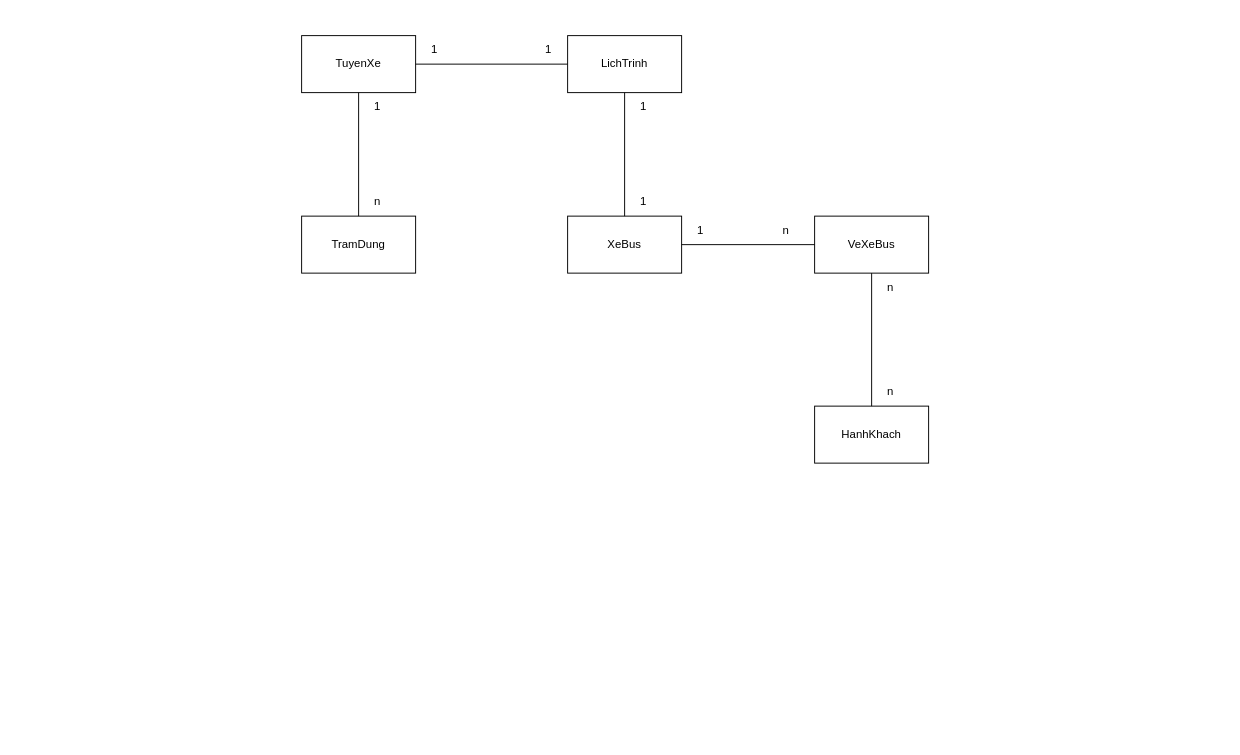
Before: Biểu đồ không có tiêu đề.drawio in Duongvu852003/Duongvu852003, a draw.io diagram. Source tidied: cells renumbered, new cells numbered last; positions are measured from the earlier drawing's top-left corner, leaving out a move shared by most shapes. Both pictures are drawn from the tidied source at 95%, with x=0, y=0 at pixel (301, 35).
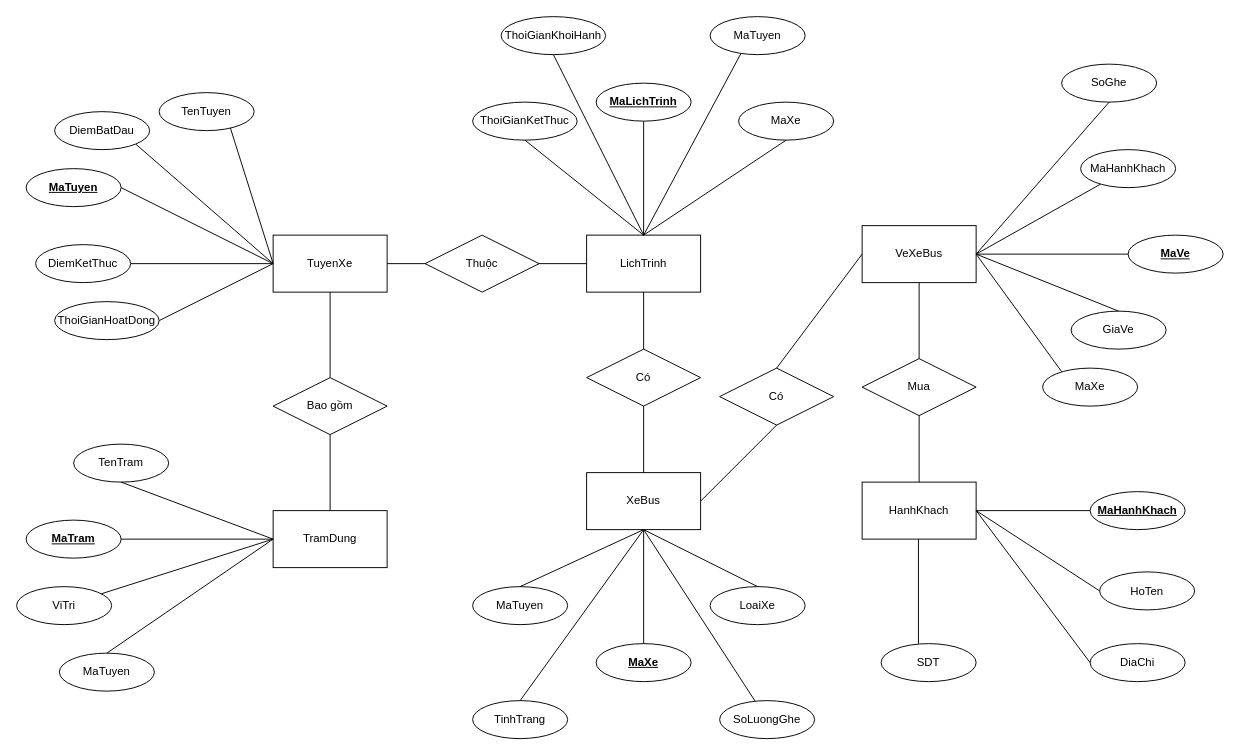
The same page after the edit.

Commit message:
Cập nhật Biểu đồ không có tiêu đề.drawio

The edit, as a diff of the source:
```diff
@@
     <mxCell id="2" value="TuyenXe" style="rounded=0;whiteSpace=wrap;html=1;" parent="1" vertex="1">
-      <mxGeometry width="120" height="60" as="geometry" />
+      <mxGeometry x="-30" y="210" width="120" height="60" as="geometry" />
     </mxCell>
     <mxCell id="3" value="XeBus" style="rounded=0;whiteSpace=wrap;html=1;" parent="1" vertex="1">
-      <mxGeometry x="280" y="190" width="120" height="60" as="geometry" />
+      <mxGeometry x="300" y="460" width="120" height="60" as="geometry" />
     </mxCell>
     <mxCell id="4" value="VeXeBus" style="rounded=0;whiteSpace=wrap;html=1;" parent="1" vertex="1">
-      <mxGeometry x="540" y="190" width="120" height="60" as="geometry" />
+      <mxGeometry x="590" y="200" width="120" height="60" as="geometry" />
     </mxCell>
     <mxCell id="5" value="HanhKhach" style="rounded=0;whiteSpace=wrap;html=1;" parent="1" vertex="1">
-      <mxGeometry x="540" y="390" width="120" height="60" as="geometry" />
+      <mxGeometry x="590" y="470" width="120" height="60" as="geometry" />
     </mxCell>
     <mxCell id="6" value="TramDung" style="rounded=0;whiteSpace=wrap;html=1;" parent="1" vertex="1">
-      <mxGeometry y="190" width="120" height="60" as="geometry" />
+      <mxGeometry x="-30" y="500" width="120" height="60" as="geometry" />
     </mxCell>
     <mxCell id="7" value="LichTrinh" style="rounded=0;whiteSpace=wrap;html=1;" parent="1" vertex="1">
-      <mxGeometry x="280" width="120" height="60" as="geometry" />
+      <mxGeometry x="300" y="210" width="120" height="60" as="geometry" />
     </mxCell>
@@
-    <mxCell id="10" style="endArrow=none;html=1;rounded=0;entryX=0.5;entryY=1;entryDx=0;entryDy=0;exitX=0.5;exitY=0;exitDx=0;exitDy=0;" parent="1" edge="1" source="6" target="2">
+    <mxCell id="10" style="endArrow=none;html=1;rounded=0;entryX=0.5;entryY=1;entryDx=0;entryDy=0;exitX=0.5;exitY=0;exitDx=0;exitDy=0;" parent="1" edge="1" source="77" target="2">
       <mxGeometry relative="1" as="geometry" />
     </mxCell>
@@
     <mxCell id="12" style="endArrow=none;html=1;rounded=0;exitX=0;exitY=0.5;exitDx=0;exitDy=0;entryX=1;entryY=0.5;entryDx=0;entryDy=0;" parent="1" edge="1" source="4" target="3">
-      <mxGeometry relative="1" as="geometry" />
+      <mxGeometry relative="1" as="geometry">
+        <Array as="points">
+          <mxPoint x="500" y="350" />
+          <mxPoint x="500" y="410" />
+        </Array>
+      </mxGeometry>
     </mxCell>
-    <mxCell id="13" value="1" style="text;html=1;strokeColor=none;fillColor=none;align=center;verticalAlign=middle;whiteSpace=wrap;rounded=0;" parent="1" vertex="1">
-      <mxGeometry x="330" y="160" width="60" height="30" as="geometry" />
-    </mxCell>
-    <mxCell id="14" value="1" style="text;html=1;strokeColor=none;fillColor=none;align=center;verticalAlign=middle;whiteSpace=wrap;rounded=0;" parent="1" vertex="1">
-      <mxGeometry x="330" y="60" width="60" height="30" as="geometry" />
-    </mxCell>
-    <mxCell id="15" value="n" style="text;html=1;strokeColor=none;fillColor=none;align=center;verticalAlign=middle;whiteSpace=wrap;rounded=0;" parent="1" vertex="1">
-      <mxGeometry x="50" y="160" width="60" height="30" as="geometry" />
-    </mxCell>
-    <mxCell id="16" value="1" style="text;html=1;strokeColor=none;fillColor=none;align=center;verticalAlign=middle;whiteSpace=wrap;rounded=0;" parent="1" vertex="1">
-      <mxGeometry x="50" y="60" width="60" height="30" as="geometry" />
-    </mxCell>
-    <mxCell id="17" value="n" style="text;html=1;strokeColor=none;fillColor=none;align=center;verticalAlign=middle;whiteSpace=wrap;rounded=0;" parent="1" vertex="1">
-      <mxGeometry x="590" y="360" width="60" height="30" as="geometry" />
-    </mxCell>
-    <mxCell id="18" value="n" style="text;html=1;strokeColor=none;fillColor=none;align=center;verticalAlign=middle;whiteSpace=wrap;rounded=0;" parent="1" vertex="1">
-      <mxGeometry x="590" y="250" width="60" height="30" as="geometry" />
-    </mxCell>
-    <mxCell id="19" value="n" style="text;html=1;strokeColor=none;fillColor=none;align=center;verticalAlign=middle;whiteSpace=wrap;rounded=0;" parent="1" vertex="1">
-      <mxGeometry x="480" y="190" width="60" height="30" as="geometry" />
-    </mxCell>
-    <mxCell id="20" value="1" style="text;html=1;strokeColor=none;fillColor=none;align=center;verticalAlign=middle;whiteSpace=wrap;rounded=0;" parent="1" vertex="1">
-      <mxGeometry x="390" y="190" width="60" height="30" as="geometry" />
-    </mxCell>
-    <mxCell id="21" value="1" style="text;html=1;strokeColor=none;fillColor=none;align=center;verticalAlign=middle;whiteSpace=wrap;rounded=0;" parent="1" vertex="1">
-      <mxGeometry x="110" width="60" height="30" as="geometry" />
-    </mxCell>
-    <mxCell id="22" value="1" style="text;html=1;strokeColor=none;fillColor=none;align=center;verticalAlign=middle;whiteSpace=wrap;rounded=0;" parent="1" vertex="1">
-      <mxGeometry x="230" width="60" height="30" as="geometry" />
-    </mxCell>
+    <mxCell id="23" style="endArrow=none;html=1;rounded=0;exitX=1;exitY=0.5;exitDx=0;exitDy=0;entryX=0;entryY=0.5;entryDx=0;entryDy=0;" parent="1" edge="1" source="32" target="2">
+      <mxGeometry relative="1" as="geometry" />
+    </mxCell>
+    <mxCell id="24" style="endArrow=none;html=1;rounded=0;entryX=0;entryY=0.5;entryDx=0;entryDy=0;exitX=1;exitY=0.5;exitDx=0;exitDy=0;" parent="1" edge="1" source="31" target="2">
+      <mxGeometry relative="1" as="geometry" />
+    </mxCell>
+    <mxCell id="25" style="endArrow=none;html=1;rounded=0;exitX=0;exitY=0.5;exitDx=0;exitDy=0;entryX=1;entryY=1;entryDx=0;entryDy=0;" parent="1" edge="1" source="2" target="30">
+      <mxGeometry relative="1" as="geometry" />
+    </mxCell>
+    <mxCell id="26" style="endArrow=none;html=1;rounded=0;exitX=0;exitY=0.5;exitDx=0;exitDy=0;entryX=0.75;entryY=0.93;entryDx=0;entryDy=0;entryPerimeter=0;" parent="1" edge="1" source="2" target="29">
+      <mxGeometry relative="1" as="geometry" />
+    </mxCell>
+    <mxCell id="27" style="endArrow=none;html=1;rounded=0;entryX=1;entryY=0.5;entryDx=0;entryDy=0;" parent="1" edge="1" target="28">
+      <mxGeometry relative="1" as="geometry">
+        <mxPoint x="-30" y="240" as="sourcePoint" />
+      </mxGeometry>
+    </mxCell>
+    <mxCell id="28" value="&lt;b&gt;MaTuyen&lt;/b&gt;" style="ellipse;whiteSpace=wrap;html=1;align=center;fontStyle=4;" parent="1" vertex="1">
+      <mxGeometry x="-290" y="140" width="100" height="40" as="geometry" />
+    </mxCell>
+    <mxCell id="29" value="TenTuyen" style="ellipse;whiteSpace=wrap;html=1;align=center;" parent="1" vertex="1">
+      <mxGeometry x="-150" y="60" width="100" height="40" as="geometry" />
+    </mxCell>
+    <mxCell id="30" value="DiemBatDau" style="ellipse;whiteSpace=wrap;html=1;align=center;" parent="1" vertex="1">
+      <mxGeometry x="-260" y="80" width="100" height="40" as="geometry" />
+    </mxCell>
+    <mxCell id="31" value="DiemKetThuc" style="ellipse;whiteSpace=wrap;html=1;align=center;" parent="1" vertex="1">
+      <mxGeometry x="-280" y="220" width="100" height="40" as="geometry" />
+    </mxCell>
+    <mxCell id="32" value="ThoiGianHoatDong" style="ellipse;whiteSpace=wrap;html=1;align=center;" parent="1" vertex="1">
+      <mxGeometry x="-260" y="280" width="110" height="40" as="geometry" />
+    </mxCell>
+    <mxCell id="33" value="ThoiGianKhoiHanh" style="ellipse;whiteSpace=wrap;html=1;align=center;" parent="1" vertex="1">
+      <mxGeometry x="210" y="-20" width="110" height="40" as="geometry" />
+    </mxCell>
+    <mxCell id="34" value="MaXe" style="ellipse;whiteSpace=wrap;html=1;align=center;" parent="1" vertex="1">
+      <mxGeometry x="460" y="70" width="100" height="40" as="geometry" />
+    </mxCell>
+    <mxCell id="35" value="MaTuyen" style="ellipse;whiteSpace=wrap;html=1;align=center;" parent="1" vertex="1">
+      <mxGeometry x="430" y="-20" width="100" height="40" as="geometry" />
+    </mxCell>
+    <mxCell id="36" value="ThoiGianKetThuc" style="ellipse;whiteSpace=wrap;html=1;align=center;" parent="1" vertex="1">
+      <mxGeometry x="180" y="70" width="110" height="40" as="geometry" />
+    </mxCell>
+    <mxCell id="37" style="endArrow=none;html=1;rounded=0;exitX=0.5;exitY=1;exitDx=0;exitDy=0;entryX=0.5;entryY=0;entryDx=0;entryDy=0;" parent="1" edge="1" source="36" target="7">
+      <mxGeometry relative="1" as="geometry" />
+    </mxCell>
+    <mxCell id="38" style="endArrow=none;html=1;rounded=0;exitX=0.5;exitY=1;exitDx=0;exitDy=0;entryX=0.5;entryY=0;entryDx=0;entryDy=0;" parent="1" edge="1" target="7">
+      <mxGeometry relative="1" as="geometry">
+        <mxPoint x="360" y="90" as="sourcePoint" />
+      </mxGeometry>
+    </mxCell>
+    <mxCell id="39" style="endArrow=none;html=1;rounded=0;exitX=0.5;exitY=1;exitDx=0;exitDy=0;" parent="1" edge="1" source="34">
+      <mxGeometry relative="1" as="geometry">
+        <mxPoint x="360" y="210" as="targetPoint" />
+      </mxGeometry>
+    </mxCell>
+    <mxCell id="40" style="endArrow=none;html=1;rounded=0;entryX=0.322;entryY=0.98;entryDx=0;entryDy=0;entryPerimeter=0;" parent="1" edge="1" target="35">
+      <mxGeometry relative="1" as="geometry">
+        <mxPoint x="360" y="210" as="sourcePoint" />
+      </mxGeometry>
+    </mxCell>
+    <mxCell id="41" style="endArrow=none;html=1;rounded=0;entryX=0.5;entryY=0;entryDx=0;entryDy=0;exitX=0.5;exitY=1;exitDx=0;exitDy=0;" parent="1" edge="1" source="33" target="7">
+      <mxGeometry relative="1" as="geometry" />
+    </mxCell>
+    <mxCell id="42" value="&lt;b&gt;MaLichTrinh&lt;/b&gt;" style="ellipse;whiteSpace=wrap;html=1;align=center;fontStyle=4;" parent="1" vertex="1">
+      <mxGeometry x="310" y="50" width="100" height="40" as="geometry" />
+    </mxCell>
+    <mxCell id="43" value="&lt;b&gt;MaTram&lt;/b&gt;" style="ellipse;whiteSpace=wrap;html=1;align=center;fontStyle=4;" parent="1" vertex="1">
+      <mxGeometry x="-290" y="510" width="100" height="40" as="geometry" />
+    </mxCell>
+    <mxCell id="44" value="TenTram" style="ellipse;whiteSpace=wrap;html=1;align=center;" parent="1" vertex="1">
+      <mxGeometry x="-240" y="430" width="100" height="40" as="geometry" />
+    </mxCell>
+    <mxCell id="45" value="MaTuyen" style="ellipse;whiteSpace=wrap;html=1;align=center;" parent="1" vertex="1">
+      <mxGeometry x="-255" y="650" width="100" height="40" as="geometry" />
+    </mxCell>
+    <mxCell id="46" style="endArrow=none;html=1;rounded=0;exitX=0;exitY=0.5;exitDx=0;exitDy=0;entryX=0.5;entryY=1;entryDx=0;entryDy=0;" parent="1" edge="1" source="6" target="44">
+      <mxGeometry relative="1" as="geometry" />
+    </mxCell>
+    <mxCell id="47" style="endArrow=none;html=1;rounded=0;entryX=1;entryY=0.5;entryDx=0;entryDy=0;exitX=0;exitY=0.5;exitDx=0;exitDy=0;" parent="1" edge="1" source="6" target="43">
+      <mxGeometry relative="1" as="geometry">
+        <Array as="points">
+          <mxPoint x="-30" y="530" />
+        </Array>
+      </mxGeometry>
+    </mxCell>
+    <mxCell id="48" value="&lt;b&gt;MaXe&lt;/b&gt;" style="ellipse;whiteSpace=wrap;html=1;align=center;fontStyle=4;" parent="1" vertex="1">
+      <mxGeometry x="310" y="640" width="100" height="40" as="geometry" />
+    </mxCell>
+    <mxCell id="49" value="TinhTrang" style="ellipse;whiteSpace=wrap;html=1;align=center;" parent="1" vertex="1">
+      <mxGeometry x="180" y="700" width="100" height="40" as="geometry" />
+    </mxCell>
+    <mxCell id="50" value="LoaiXe" style="ellipse;whiteSpace=wrap;html=1;align=center;" parent="1" vertex="1">
+      <mxGeometry x="430" y="580" width="100" height="40" as="geometry" />
+    </mxCell>
+    <mxCell id="51" value="MaTuyen" style="ellipse;whiteSpace=wrap;html=1;align=center;" parent="1" vertex="1">
+      <mxGeometry x="180" y="580" width="100" height="40" as="geometry" />
+    </mxCell>
+    <mxCell id="52" value="SoLuongGhe" style="ellipse;whiteSpace=wrap;html=1;align=center;" parent="1" vertex="1">
+      <mxGeometry x="440" y="700" width="100" height="40" as="geometry" />
+    </mxCell>
+    <mxCell id="53" style="endArrow=none;html=1;rounded=0;exitX=0.5;exitY=1;exitDx=0;exitDy=0;entryX=0.5;entryY=0;entryDx=0;entryDy=0;" parent="1" edge="1" source="3" target="48">
+      <mxGeometry relative="1" as="geometry" />
+    </mxCell>
+    <mxCell id="54" style="endArrow=none;html=1;rounded=0;entryX=0.5;entryY=0;entryDx=0;entryDy=0;" parent="1" edge="1" target="51">
+      <mxGeometry relative="1" as="geometry">
+        <mxPoint x="360" y="520" as="sourcePoint" />
+      </mxGeometry>
+    </mxCell>
+    <mxCell id="55" style="endArrow=none;html=1;rounded=0;entryX=0.5;entryY=0;entryDx=0;entryDy=0;" parent="1" edge="1" target="50">
+      <mxGeometry relative="1" as="geometry">
+        <mxPoint x="360" y="520" as="sourcePoint" />
+      </mxGeometry>
+    </mxCell>
+    <mxCell id="56" style="endArrow=none;html=1;rounded=0;entryX=0.5;entryY=0;entryDx=0;entryDy=0;" parent="1" edge="1" target="49">
+      <mxGeometry relative="1" as="geometry">
+        <mxPoint x="360" y="520" as="sourcePoint" />
+      </mxGeometry>
+    </mxCell>
+    <mxCell id="57" style="endArrow=none;html=1;rounded=0;" parent="1" edge="1" target="52">
+      <mxGeometry relative="1" as="geometry">
+        <mxPoint x="360" y="520" as="sourcePoint" />
+      </mxGeometry>
+    </mxCell>
+    <mxCell id="58" value="MaHanhKhach" style="ellipse;whiteSpace=wrap;html=1;align=center;" parent="1" vertex="1">
+      <mxGeometry x="820" y="120" width="100" height="40" as="geometry" />
+    </mxCell>
+    <mxCell id="59" value="SoGhe" style="ellipse;whiteSpace=wrap;html=1;align=center;" parent="1" vertex="1">
+      <mxGeometry x="800" y="30" width="100" height="40" as="geometry" />
+    </mxCell>
+    <mxCell id="60" value="GiaVe" style="ellipse;whiteSpace=wrap;html=1;align=center;" parent="1" vertex="1">
+      <mxGeometry x="810" y="290" width="100" height="40" as="geometry" />
+    </mxCell>
+    <mxCell id="61" style="endArrow=none;html=1;rounded=0;exitX=1;exitY=0.5;exitDx=0;exitDy=0;entryX=0;entryY=0.5;entryDx=0;entryDy=0;" parent="1" edge="1" source="4" target="66">
+      <mxGeometry relative="1" as="geometry" />
+    </mxCell>
+    <mxCell id="62" style="endArrow=none;html=1;rounded=0;exitX=1;exitY=0.5;exitDx=0;exitDy=0;entryX=0.5;entryY=0;entryDx=0;entryDy=0;" parent="1" edge="1" source="4" target="60">
+      <mxGeometry relative="1" as="geometry" />
+    </mxCell>
+    <mxCell id="63" style="endArrow=none;html=1;rounded=0;entryX=0;entryY=0;entryDx=0;entryDy=0;" parent="1" edge="1">
+      <mxGeometry relative="1" as="geometry">
+        <mxPoint x="710" y="230" as="sourcePoint" />
+        <mxPoint x="801.6" y="355.9" as="targetPoint" />
+      </mxGeometry>
+    </mxCell>
+    <mxCell id="64" style="endArrow=none;html=1;rounded=0;" parent="1" edge="1" target="58">
+      <mxGeometry relative="1" as="geometry">
+        <mxPoint x="710" y="230" as="sourcePoint" />
+      </mxGeometry>
+    </mxCell>
+    <mxCell id="65" style="endArrow=none;html=1;rounded=0;entryX=0.5;entryY=1;entryDx=0;entryDy=0;" parent="1" edge="1" target="59">
+      <mxGeometry relative="1" as="geometry">
+        <mxPoint x="710" y="230" as="sourcePoint" />
+      </mxGeometry>
+    </mxCell>
+    <mxCell id="66" value="&lt;b&gt;MaVe&lt;/b&gt;" style="ellipse;whiteSpace=wrap;html=1;align=center;fontStyle=4;" parent="1" vertex="1">
+      <mxGeometry x="870" y="210" width="100" height="40" as="geometry" />
+    </mxCell>
+    <mxCell id="67" value="&lt;b&gt;MaHanhKhach&lt;/b&gt;" style="ellipse;whiteSpace=wrap;html=1;align=center;fontStyle=4;" parent="1" vertex="1">
+      <mxGeometry x="830" y="480" width="100" height="40" as="geometry" />
+    </mxCell>
+    <mxCell id="68" value="DiaChi" style="ellipse;whiteSpace=wrap;html=1;align=center;" parent="1" vertex="1">
+      <mxGeometry x="830" y="640" width="100" height="40" as="geometry" />
+    </mxCell>
+    <mxCell id="69" value="SDT" style="ellipse;whiteSpace=wrap;html=1;align=center;" parent="1" vertex="1">
+      <mxGeometry x="610" y="640" width="100" height="40" as="geometry" />
+    </mxCell>
+    <mxCell id="70" value="HoTen" style="ellipse;whiteSpace=wrap;html=1;align=center;" parent="1" vertex="1">
+      <mxGeometry x="840" y="564.5" width="100" height="40" as="geometry" />
+    </mxCell>
+    <mxCell id="71" style="endArrow=none;html=1;rounded=0;exitX=0.5;exitY=0;exitDx=0;exitDy=0;" parent="1" edge="1">
+      <mxGeometry relative="1" as="geometry">
+        <mxPoint x="649.3" y="640" as="sourcePoint" />
+        <mxPoint x="649.3" y="530" as="targetPoint" />
+      </mxGeometry>
+    </mxCell>
+    <mxCell id="72" style="endArrow=none;html=1;rounded=0;exitX=0;exitY=0.5;exitDx=0;exitDy=0;entryX=1;entryY=0.5;entryDx=0;entryDy=0;" parent="1" edge="1" source="67" target="5">
+      <mxGeometry relative="1" as="geometry" />
+    </mxCell>
+    <mxCell id="73" style="endArrow=none;html=1;rounded=0;exitX=0;exitY=0.5;exitDx=0;exitDy=0;" parent="1" edge="1" source="70">
+      <mxGeometry relative="1" as="geometry">
+        <mxPoint x="710" y="500" as="targetPoint" />
+      </mxGeometry>
+    </mxCell>
+    <mxCell id="74" style="endArrow=none;html=1;rounded=0;exitX=0;exitY=0.5;exitDx=0;exitDy=0;entryX=1;entryY=0.5;entryDx=0;entryDy=0;" parent="1" edge="1" source="68" target="5">
+      <mxGeometry relative="1" as="geometry" />
+    </mxCell>
+    <mxCell id="75" value="MaXe" style="ellipse;whiteSpace=wrap;html=1;align=center;" parent="1" vertex="1">
+      <mxGeometry x="780" y="350" width="100" height="40" as="geometry" />
+    </mxCell>
+    <mxCell id="76" style="endArrow=none;html=1;rounded=0;entryX=0.5;entryY=1;entryDx=0;entryDy=0;exitX=0.5;exitY=0;exitDx=0;exitDy=0;" parent="1" edge="1" source="6" target="77">
+      <mxGeometry relative="1" as="geometry" />
+    </mxCell>
+    <mxCell id="77" value="Bao gồm" style="shape=rhombus;perimeter=rhombusPerimeter;whiteSpace=wrap;html=1;align=center;" parent="1" vertex="1">
+      <mxGeometry x="-30" y="360" width="120" height="60" as="geometry" />
+    </mxCell>
+    <mxCell id="78" value="Mua" style="shape=rhombus;perimeter=rhombusPerimeter;whiteSpace=wrap;html=1;align=center;" parent="1" vertex="1">
+      <mxGeometry x="590" y="340" width="120" height="60" as="geometry" />
+    </mxCell>
+    <mxCell id="79" value="Có" style="shape=rhombus;perimeter=rhombusPerimeter;whiteSpace=wrap;html=1;align=center;" parent="1" vertex="1">
+      <mxGeometry x="440" y="350" width="120" height="60" as="geometry" />
+    </mxCell>
+    <mxCell id="80" value="Có" style="shape=rhombus;perimeter=rhombusPerimeter;whiteSpace=wrap;html=1;align=center;" parent="1" vertex="1">
+      <mxGeometry x="300" y="330" width="120" height="60" as="geometry" />
+    </mxCell>
+    <mxCell id="81" value="Thuộc" style="shape=rhombus;perimeter=rhombusPerimeter;whiteSpace=wrap;html=1;align=center;" parent="1" vertex="1">
+      <mxGeometry x="130" y="210" width="120" height="60" as="geometry" />
+    </mxCell>
+    <mxCell id="82" style="endArrow=none;html=1;rounded=0;exitX=0.5;exitY=0;exitDx=0;exitDy=0;" parent="1" edge="1" source="45" target="83">
+      <mxGeometry relative="1" as="geometry">
+        <Array as="points">
+          <mxPoint x="-30" y="530" />
+        </Array>
+      </mxGeometry>
+    </mxCell>
+    <mxCell id="83" value="ViTri" style="ellipse;whiteSpace=wrap;html=1;align=center;" parent="1" vertex="1">
+      <mxGeometry x="-300" y="580" width="100" height="40" as="geometry" />
+    </mxCell>
```
